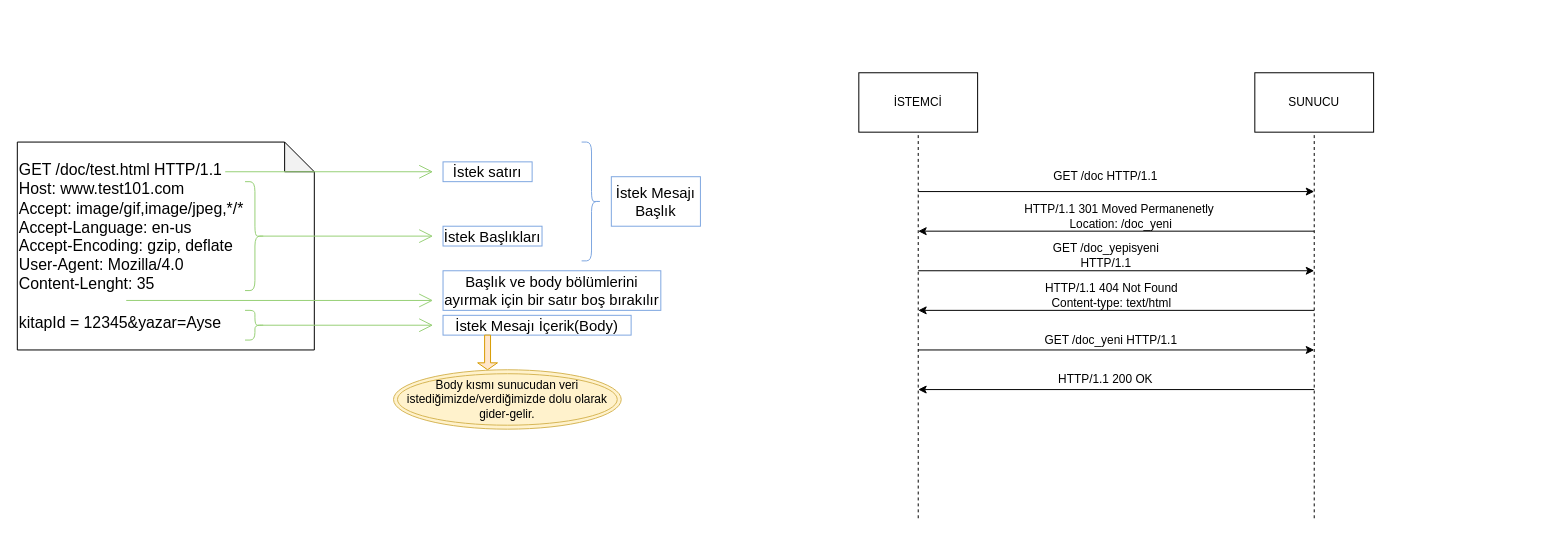
aysedemirel/aysedemirel.github.io keeps this draw.io diagram as page "HTTP" (2 of 7) of mavenFlow.drawio. Above is the earlier version. Source tidied: cells renumbered, new cells numbered last; positions are measured from the earlier drawing's top-left corner, leaving out a move shared by most shapes. Both pictures are drawn from the tidied source at 99%, with x=0, y=0 at pixel (17, 72). Pictures stored in the file or linked from it are replaced by grey dashed boxes.
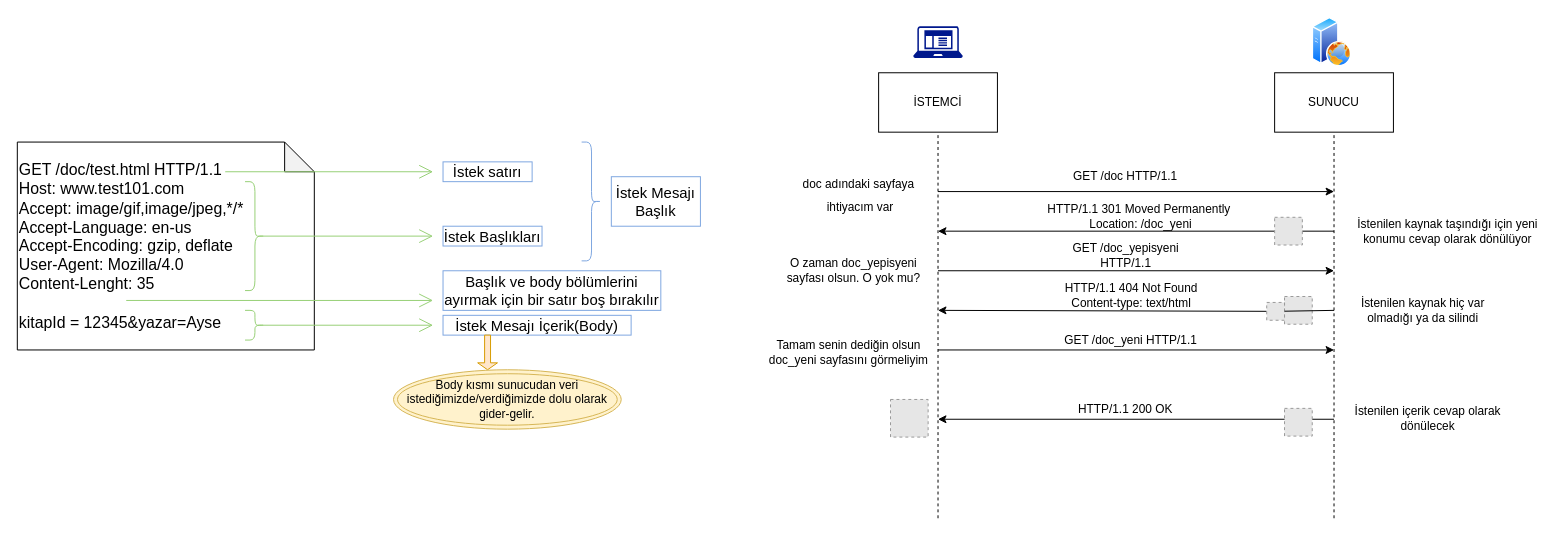
Above is the later version.

What changed in the source:
```diff
@@
     <mxCell id="17" value="İSTEMCİ" style="rounded=0;whiteSpace=wrap;html=1;" parent="1" vertex="1">
-      <mxGeometry x="850" width="120" height="60" as="geometry" />
+      <mxGeometry x="870" width="120" height="60" as="geometry" />
     </mxCell>
     <mxCell id="18" value="SUNUCU" style="rounded=0;whiteSpace=wrap;html=1;" parent="1" vertex="1">
-      <mxGeometry x="1250" width="120" height="60" as="geometry" />
+      <mxGeometry x="1270" width="120" height="60" as="geometry" />
     </mxCell>
     <mxCell id="19" style="endArrow=classic;html=1;" parent="1" edge="1">
       <mxGeometry relative="1" as="geometry">
-        <mxPoint x="910" y="120" as="sourcePoint" />
-        <mxPoint x="1310" y="120" as="targetPoint" />
+        <mxPoint x="930" y="120" as="sourcePoint" />
+        <mxPoint x="1330" y="120" as="targetPoint" />
       </mxGeometry>
     </mxCell>
     <mxCell id="20" style="endArrow=none;dashed=1;html=1;entryX=0.5;entryY=1;entryDx=0;entryDy=0;" parent="1" edge="1" target="17">
       <mxGeometry relative="1" as="geometry">
-        <mxPoint x="910" y="450" as="sourcePoint" />
+        <mxPoint x="930" y="450" as="sourcePoint" />
       </mxGeometry>
     </mxCell>
     <mxCell id="21" style="endArrow=none;dashed=1;html=1;entryX=0.5;entryY=1;entryDx=0;entryDy=0;" parent="1" edge="1" target="18">
       <mxGeometry relative="1" as="geometry">
-        <mxPoint x="1310" y="450" as="sourcePoint" />
+        <mxPoint x="1330" y="450" as="sourcePoint" />
       </mxGeometry>
     </mxCell>
     <mxCell id="22" value="GET /doc HTTP/1.1&lt;br&gt;" style="text;html=1;strokeColor=none;fillColor=none;align=center;verticalAlign=middle;whiteSpace=wrap;rounded=0;" parent="1" vertex="1">
-      <mxGeometry x="1030" y="95" width="139" height="20" as="geometry" />
+      <mxGeometry x="1050" y="95" width="139" height="20" as="geometry" />
     </mxCell>
     <mxCell id="23" style="endArrow=classic;html=1;" parent="1" edge="1">
       <mxGeometry relative="1" as="geometry">
-        <mxPoint x="1310" y="160" as="sourcePoint" />
-        <mxPoint x="910" y="160" as="targetPoint" />
+        <mxPoint x="1330" y="160" as="sourcePoint" />
+        <mxPoint x="930" y="160" as="targetPoint" />
       </mxGeometry>
     </mxCell>
     <mxCell id="24" style="endArrow=classic;html=1;" parent="1" edge="1">
       <mxGeometry relative="1" as="geometry">
-        <mxPoint x="910" y="200" as="sourcePoint" />
-        <mxPoint x="1310" y="200" as="targetPoint" />
+        <mxPoint x="930" y="200" as="sourcePoint" />
+        <mxPoint x="1330" y="200" as="targetPoint" />
       </mxGeometry>
     </mxCell>
-    <mxCell id="25" style="endArrow=classic;html=1;" parent="1" edge="1">
+    <mxCell id="25" style="endArrow=classic;html=1;startArrow=none;" parent="1" edge="1" source="41">
       <mxGeometry relative="1" as="geometry">
-        <mxPoint x="1310" y="240" as="sourcePoint" />
-        <mxPoint x="910" y="240" as="targetPoint" />
+        <mxPoint x="930" y="240" as="targetPoint" />
       </mxGeometry>
     </mxCell>
-    <mxCell id="26" value="HTTP/1.1 301 Moved Permanenetly&amp;nbsp;&lt;br&gt;Location: /doc_yeni" style="text;html=1;strokeColor=none;fillColor=none;align=center;verticalAlign=middle;whiteSpace=wrap;rounded=0;" parent="1" vertex="1">
-      <mxGeometry x="1000" y="130" width="230" height="30" as="geometry" />
+    <mxCell id="26" value="HTTP/1.1 301 Moved Permanently&amp;nbsp;&lt;br&gt;Location: /doc_yeni" style="text;html=1;strokeColor=none;fillColor=none;align=center;verticalAlign=middle;whiteSpace=wrap;rounded=0;" parent="1" vertex="1">
+      <mxGeometry x="1020" y="130" width="230" height="30" as="geometry" />
     </mxCell>
     <mxCell id="27" value="GET /doc_yepisyeni HTTP/1.1" style="text;html=1;strokeColor=none;fillColor=none;align=center;verticalAlign=middle;whiteSpace=wrap;rounded=0;" parent="1" vertex="1">
-      <mxGeometry x="1019.5" y="180" width="160" height="10" as="geometry" />
+      <mxGeometry x="1039.5" y="180" width="160" height="10" as="geometry" />
     </mxCell>
     <mxCell id="28" value="HTTP/1.1 404 Not Found&lt;br&gt;Content-type: text/html" style="text;html=1;strokeColor=none;fillColor=none;align=center;verticalAlign=middle;whiteSpace=wrap;rounded=0;" parent="1" vertex="1">
-      <mxGeometry x="1019.5" y="220" width="170.5" height="10" as="geometry" />
+      <mxGeometry x="1039.5" y="220" width="170.5" height="10" as="geometry" />
     </mxCell>
     <mxCell id="29" style="endArrow=classic;html=1;" parent="1" edge="1">
       <mxGeometry relative="1" as="geometry">
-        <mxPoint x="910" y="280" as="sourcePoint" />
-        <mxPoint x="1310" y="280" as="targetPoint" />
+        <mxPoint x="930" y="280" as="sourcePoint" />
+        <mxPoint x="1330" y="280" as="targetPoint" />
       </mxGeometry>
     </mxCell>
     <mxCell id="30" style="endArrow=classic;html=1;" parent="1" edge="1">
       <mxGeometry relative="1" as="geometry">
-        <mxPoint x="1310" y="320" as="sourcePoint" />
-        <mxPoint x="910" y="320" as="targetPoint" />
+        <mxPoint x="1330" y="350" as="sourcePoint" />
+        <mxPoint x="930" y="350" as="targetPoint" />
       </mxGeometry>
     </mxCell>
     <mxCell id="31" value="GET /doc_yeni HTTP/1.1" style="text;html=1;strokeColor=none;fillColor=none;align=center;verticalAlign=middle;whiteSpace=wrap;rounded=0;" parent="1" vertex="1">
-      <mxGeometry x="1024.8" y="260" width="160" height="20" as="geometry" />
+      <mxGeometry x="1044.8" y="260" width="160" height="20" as="geometry" />
     </mxCell>
     <mxCell id="32" value="HTTP/1.1 200 OK" style="text;html=1;strokeColor=none;fillColor=none;align=center;verticalAlign=middle;whiteSpace=wrap;rounded=0;" parent="1" vertex="1">
-      <mxGeometry x="1036.9" y="300" width="125.2" height="20" as="geometry" />
+      <mxGeometry x="1056.9" y="330" width="125.2" height="20" as="geometry" />
     </mxCell>
+    <mxCell id="33" value="&lt;p style=&quot;font-weight: 700 ; line-height: 0px&quot;&gt;&lt;font style=&quot;line-height: 6.9px ; font-weight: normal ; font-size: 12px&quot;&gt;doc adındaki sayfaya&lt;/font&gt;&lt;/p&gt;&lt;font style=&quot;line-height: 6.9px ; font-size: 12px&quot;&gt;&amp;nbsp;ihtiyacım var&lt;/font&gt;" style="text;html=1;strokeColor=none;fillColor=none;align=center;verticalAlign=middle;whiteSpace=wrap;rounded=0;" parent="1" vertex="1">
+      <mxGeometry x="770" y="110" width="160" height="20" as="geometry" />
+    </mxCell>
+    <mxCell id="34" value="&lt;span&gt;O zaman doc_yepisyeni&lt;/span&gt;&lt;br&gt;&lt;span&gt;sayfası olsun. O yok mu?&lt;/span&gt;" style="text;html=1;strokeColor=none;fillColor=none;align=center;verticalAlign=middle;whiteSpace=wrap;rounded=0;" parent="1" vertex="1">
+      <mxGeometry x="770" y="190" width="150" height="20" as="geometry" />
+    </mxCell>
+    <mxCell id="35" value="İstenilen kaynak taşındığı için yeni konumu cevap olarak dönülüyor" style="text;html=1;strokeColor=none;fillColor=none;align=center;verticalAlign=middle;whiteSpace=wrap;rounded=0;" parent="1" vertex="1">
+      <mxGeometry x="1350" y="150" width="190" height="20" as="geometry" />
+    </mxCell>
+    <mxCell id="36" value="İstenilen kaynak hiç var olmadığı ya da silindi" style="text;html=1;strokeColor=none;fillColor=none;align=center;verticalAlign=middle;whiteSpace=wrap;rounded=0;" parent="1" vertex="1">
+      <mxGeometry x="1340" y="230" width="160" height="20" as="geometry" />
+    </mxCell>
+    <mxCell id="37" value="İstenilen içerik cevap olarak dönülecek" style="text;html=1;strokeColor=none;fillColor=none;align=center;verticalAlign=middle;whiteSpace=wrap;rounded=0;" parent="1" vertex="1">
+      <mxGeometry x="1350" y="339" width="150" height="20" as="geometry" />
+    </mxCell>
+    <mxCell id="38" value="Tamam senin dediğin olsun doc_yeni sayfasını görmeliyim" style="text;html=1;strokeColor=none;fillColor=none;align=center;verticalAlign=middle;whiteSpace=wrap;rounded=0;" parent="1" vertex="1">
+      <mxGeometry x="750" y="272.5" width="180" height="20" as="geometry" />
+    </mxCell>
+    <mxCell id="39" style="fillColor=#E6E6E6;strokeColor=#999999;dashed=1;html=1;verticalAlign=top;verticalLabelPosition=bottom;labelBackgroundColor=#ffffff;" parent="1" vertex="1">
+      <mxGeometry x="882" y="330" width="38" height="38" as="geometry" />
+    </mxCell>
+    <mxCell id="40" style="fillColor=#E6E6E6;strokeColor=#999999;dashed=1;html=1;verticalAlign=top;verticalLabelPosition=bottom;labelBackgroundColor=#ffffff;" parent="1" vertex="1">
+      <mxGeometry x="1280" y="226" width="28" height="28" as="geometry" />
+    </mxCell>
+    <mxCell id="41" style="fillColor=#E6E6E6;strokeColor=#999999;dashed=1;html=1;verticalAlign=top;verticalLabelPosition=bottom;labelBackgroundColor=#ffffff;" parent="1" vertex="1">
+      <mxGeometry x="1262" y="232" width="18" height="18" as="geometry" />
+    </mxCell>
+    <mxCell id="42" style="endArrow=none;html=1;" parent="1" edge="1" target="41">
+      <mxGeometry relative="1" as="geometry">
+        <mxPoint x="1330" y="240" as="sourcePoint" />
+      </mxGeometry>
+    </mxCell>
+    <mxCell id="43" style="fillColor=#E6E6E6;strokeColor=#999999;dashed=1;html=1;verticalAlign=top;verticalLabelPosition=bottom;labelBackgroundColor=#ffffff;" parent="1" vertex="1">
+      <mxGeometry x="1270" y="146" width="28" height="28" as="geometry" />
+    </mxCell>
+    <mxCell id="44" style="fillColor=#E6E6E6;strokeColor=#999999;dashed=1;html=1;verticalAlign=top;verticalLabelPosition=bottom;labelBackgroundColor=#ffffff;" parent="1" vertex="1">
+      <mxGeometry x="1280" y="339" width="28" height="28" as="geometry" />
+    </mxCell>
+    <mxCell id="45" style="perimeter=ellipsePerimeter;html=1;align=center;shadow=0;dashed=0;spacingTop=3;image;image=img/lib/active_directory/web_server.svg;fillColor=#ffffff;" parent="1" vertex="1">
+      <mxGeometry x="1308" y="-56" width="40" height="50" as="geometry" />
+    </mxCell>
+    <mxCell id="46" style="shadow=0;dashed=0;html=1;strokeColor=none;labelPosition=center;verticalLabelPosition=bottom;verticalAlign=top;align=center;fillColor=#00188D;shape=mxgraph.mscae.enterprise.client_application;" parent="1" vertex="1">
+      <mxGeometry x="905" y="-47" width="50" height="32" as="geometry" />
+    </mxCell>
```
